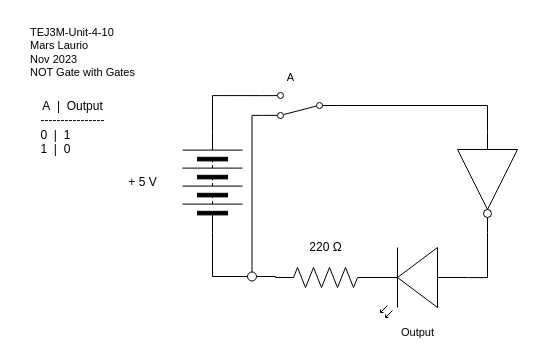
Mars-Laurio/TEJ3M-Unit4 keeps this draw.io diagram as Unit4-10/TEJ3M-Unit-4-10.drawio. Above is the earlier version. Source tidied: cells renumbered, new cells numbered last; positions are measured from the earlier drawing's top-left corner, leaving out a move shared by most shapes. Both pictures are drawn from the tidied source at 100%, with x=0, y=0 at pixel (17, 17).
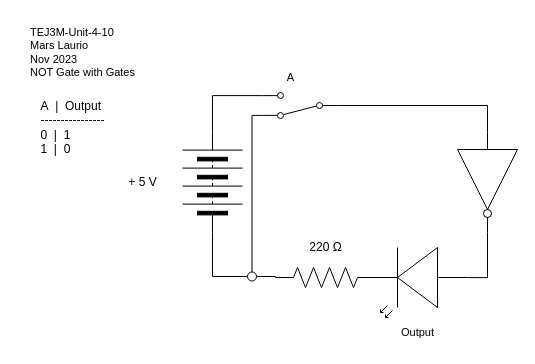
Above is the later version.

What changed in the source:
```diff
@@
-    <mxCell id="3" value="A&amp;nbsp; |&amp;nbsp; Output&lt;br&gt;----------------&lt;br&gt;&lt;div style=&quot;text-align: left;&quot;&gt;&lt;span style=&quot;background-color: initial;&quot;&gt;0&amp;nbsp; |&amp;nbsp; 1&lt;/span&gt;&lt;/div&gt;&lt;div style=&quot;text-align: left;&quot;&gt;&lt;span style=&quot;background-color: initial;&quot;&gt;1&amp;nbsp; |&amp;nbsp; 0&lt;/span&gt;&lt;/div&gt;" style="text;html=1;align=center;verticalAlign=middle;strokeColor=none;fillColor=none;" parent="1" vertex="1">
+    <mxCell id="3" value="&lt;div style=&quot;text-align: left;&quot;&gt;&lt;span style=&quot;background-color: initial;&quot;&gt;A&amp;nbsp; |&amp;nbsp; Output&lt;/span&gt;&lt;/div&gt;----------------&lt;br&gt;&lt;div style=&quot;text-align: left;&quot;&gt;&lt;span style=&quot;background-color: initial;&quot;&gt;0&amp;nbsp; |&amp;nbsp; 1&lt;/span&gt;&lt;/div&gt;&lt;div style=&quot;text-align: left;&quot;&gt;&lt;span style=&quot;background-color: initial;&quot;&gt;1&amp;nbsp; |&amp;nbsp; 0&lt;/span&gt;&lt;/div&gt;" style="text;html=1;align=center;verticalAlign=middle;strokeColor=none;fillColor=none;" parent="1" vertex="1">
       <mxGeometry x="10" y="75" width="90" height="70" as="geometry" />
     </mxCell>
```
